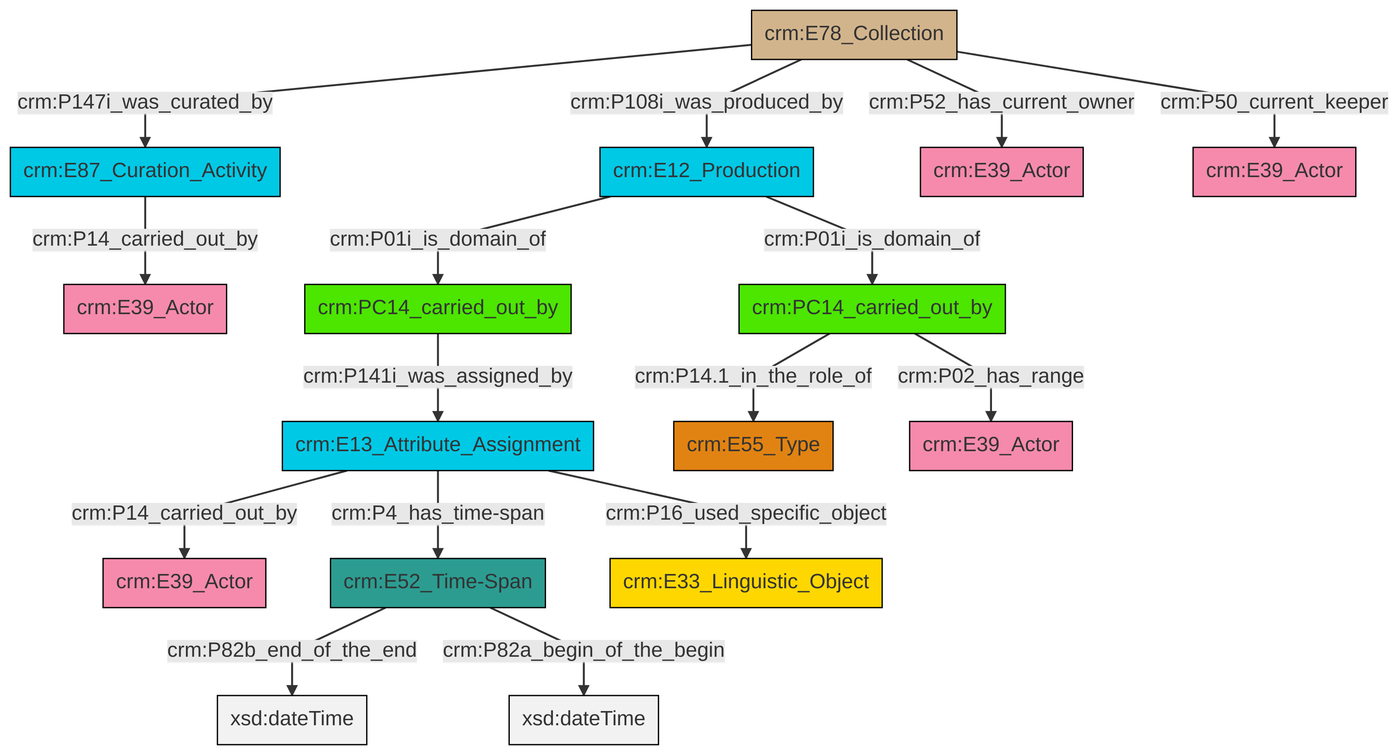
swiss-art-research-net/docs.swissartresearch keeps this Mermaid diagram as et/archivalCSV/ttl/mmd/png/archival_relation.png. Above is the earlier version. Its source is kept beside it as et/archivalCSV/ttl/mmd/archival_relation.ttl.mmd.
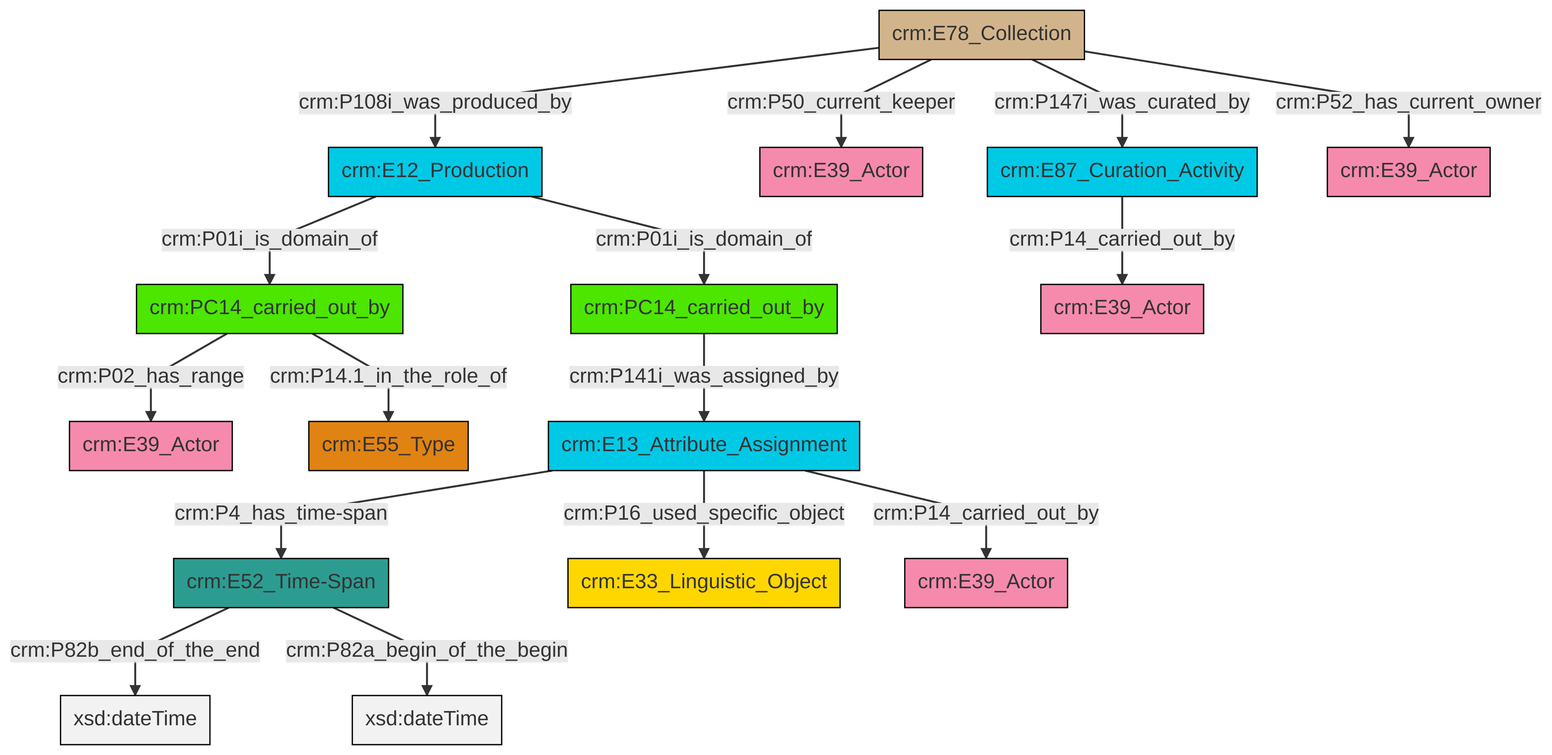
After the change.

What changed in the source:
```diff
@@ -13,18 +13,18 @@
 classDef PC_Classes fill:#4ce600, stroke:#000000;
 classDef Multi fill:#cccccc,stroke:#000000;
 
-0["crm:E87_Curation_Activity"]:::Temporal_Entity -->|crm:P14_carried_out_by| 1["crm:E39_Actor"]:::Actor
-4["crm:E52_Time-Span"]:::Time-Span -->|crm:P82b_end_of_the_end| 5[xsd:dateTime]:::Literal
-6["crm:E13_Attribute_Assignment"]:::Temporal_Entity -->|crm:P16_used_specific_object| 7["crm:E33_Linguistic_Object"]:::Conceptual_Object
-6["crm:E13_Attribute_Assignment"]:::Temporal_Entity -->|crm:P4_has_time-span| 4["crm:E52_Time-Span"]:::Time-Span
-9["crm:E78_Collection"]:::Physical_Thing -->|crm:P147i_was_curated_by| 0["crm:E87_Curation_Activity"]:::Temporal_Entity
-10["crm:E12_Production"]:::Temporal_Entity -->|crm:P01i_is_domain_of| 11["crm:PC14_carried_out_by"]:::PC_Classes
-10["crm:E12_Production"]:::Temporal_Entity -->|crm:P01i_is_domain_of| 16["crm:PC14_carried_out_by"]:::PC_Classes
-11["crm:PC14_carried_out_by"]:::PC_Classes -->|crm:P141i_was_assigned_by| 6["crm:E13_Attribute_Assignment"]:::Temporal_Entity
-4["crm:E52_Time-Span"]:::Time-Span -->|crm:P82a_begin_of_the_begin| 19[xsd:dateTime]:::Literal
-9["crm:E78_Collection"]:::Physical_Thing -->|crm:P108i_was_produced_by| 10["crm:E12_Production"]:::Temporal_Entity
-9["crm:E78_Collection"]:::Physical_Thing -->|crm:P52_has_current_owner| 12["crm:E39_Actor"]:::Actor
-6["crm:E13_Attribute_Assignment"]:::Temporal_Entity -->|crm:P14_carried_out_by| 2["crm:E39_Actor"]:::Actor
-16["crm:PC14_carried_out_by"]:::PC_Classes -->|crm:P14.1_in_the_role_of| 14["crm:E55_Type"]:::Type
-16["crm:PC14_carried_out_by"]:::PC_Classes -->|crm:P02_has_range| 22["crm:E39_Actor"]:::Actor
-9["crm:E78_Collection"]:::Physical_Thing -->|crm:P50_current_keeper| 20["crm:E39_Actor"]:::Actor
+2["crm:E13_Attribute_Assignment"]:::Temporal_Entity -->|crm:P4_has_time-span| 3["crm:E52_Time-Span"]:::Time-Span
+6["crm:PC14_carried_out_by"]:::PC_Classes -->|crm:P02_has_range| 7["crm:E39_Actor"]:::Actor
+0["crm:E78_Collection"]:::Physical_Thing -->|crm:P108i_was_produced_by| 8["crm:E12_Production"]:::Temporal_Entity
+8["crm:E12_Production"]:::Temporal_Entity -->|crm:P01i_is_domain_of| 6["crm:PC14_carried_out_by"]:::PC_Classes
+0["crm:E78_Collection"]:::Physical_Thing -->|crm:P50_current_keeper| 9["crm:E39_Actor"]:::Actor
+14["crm:PC14_carried_out_by"]:::PC_Classes -->|crm:P141i_was_assigned_by| 2["crm:E13_Attribute_Assignment"]:::Temporal_Entity
+3["crm:E52_Time-Span"]:::Time-Span -->|crm:P82b_end_of_the_end| 19[xsd:dateTime]:::Literal
+2["crm:E13_Attribute_Assignment"]:::Temporal_Entity -->|crm:P16_used_specific_object| 20["crm:E33_Linguistic_Object"]:::Conceptual_Object
+6["crm:PC14_carried_out_by"]:::PC_Classes -->|crm:P14.1_in_the_role_of| 15["crm:E55_Type"]:::Type
+8["crm:E12_Production"]:::Temporal_Entity -->|crm:P01i_is_domain_of| 14["crm:PC14_carried_out_by"]:::PC_Classes
+0["crm:E78_Collection"]:::Physical_Thing -->|crm:P147i_was_curated_by| 4["crm:E87_Curation_Activity"]:::Temporal_Entity
+3["crm:E52_Time-Span"]:::Time-Span -->|crm:P82a_begin_of_the_begin| 26[xsd:dateTime]:::Literal
+2["crm:E13_Attribute_Assignment"]:::Temporal_Entity -->|crm:P14_carried_out_by| 27["crm:E39_Actor"]:::Actor
+4["crm:E87_Curation_Activity"]:::Temporal_Entity -->|crm:P14_carried_out_by| 12["crm:E39_Actor"]:::Actor
+0["crm:E78_Collection"]:::Physical_Thing -->|crm:P52_has_current_owner| 17["crm:E39_Actor"]:::Actor
```
